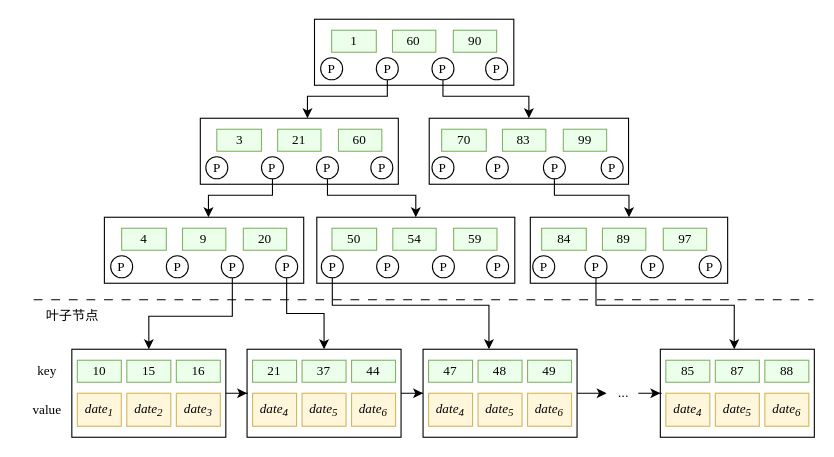
Above: page "第 26 页" (19 of 21) of 未命名绘图.drawio in jue73/7339 (draw.io), before the change. Source tidied: cells renumbered, new cells numbered last; positions are measured from the earlier drawing's top-left corner, leaving out a move shared by most shapes. Both pictures are drawn from the tidied source at 110%, with x=0, y=0 at pixel (19, 19).
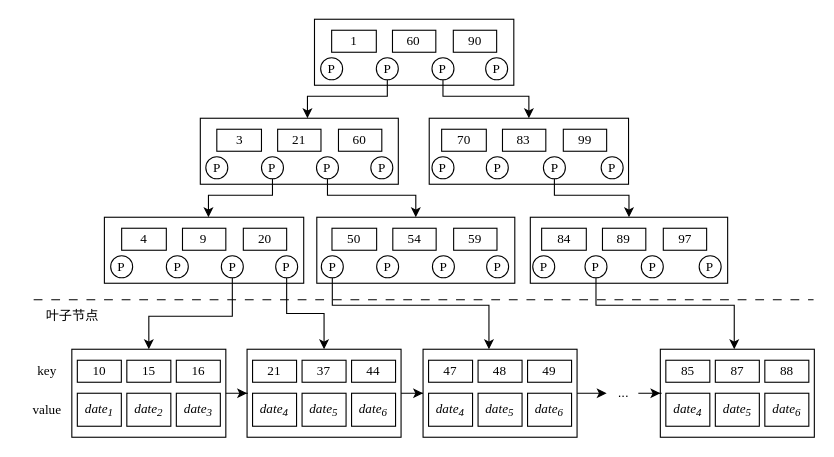
After the change.

Commit message (it also covers changes not shown here):
更新未命名绘图.drawio

The edit, as a diff of the source:
```diff
@@
-    <mxCell id="4" value="&lt;font face=&quot;Times New Roman&quot;&gt;3&lt;/font&gt;" style="rounded=0;whiteSpace=wrap;html=1;fillColor=#ecffeb;strokeColor=#82b366;" parent="1" vertex="1">
+    <mxCell id="4" value="&lt;font face=&quot;Times New Roman&quot;&gt;3&lt;/font&gt;" style="rounded=0;whiteSpace=wrap;html=1;" parent="1" vertex="1">
       <mxGeometry x="179.6" y="100" width="40.6" height="20" as="geometry" />
     </mxCell>
-    <mxCell id="5" value="&lt;font face=&quot;Times New Roman&quot;&gt;21&lt;/font&gt;" style="rounded=0;whiteSpace=wrap;html=1;fillColor=#ecffeb;strokeColor=#82b366;" parent="1" vertex="1">
+    <mxCell id="5" value="&lt;font face=&quot;Times New Roman&quot;&gt;21&lt;/font&gt;" style="rounded=0;whiteSpace=wrap;html=1;" parent="1" vertex="1">
       <mxGeometry x="234.9" y="100" width="39.4" height="20" as="geometry" />
     </mxCell>
-    <mxCell id="6" value="&lt;font face=&quot;Times New Roman&quot;&gt;60&lt;/font&gt;" style="rounded=0;whiteSpace=wrap;html=1;fillColor=#ecffeb;strokeColor=#82b366;" parent="1" vertex="1">
+    <mxCell id="6" value="&lt;font face=&quot;Times New Roman&quot;&gt;60&lt;/font&gt;" style="rounded=0;whiteSpace=wrap;html=1;" parent="1" vertex="1">
       <mxGeometry x="290.2" y="100" width="39.4" height="20" as="geometry" />
     </mxCell>
@@
-    <mxCell id="13" value="&lt;font face=&quot;Times New Roman&quot;&gt;70&lt;/font&gt;" style="rounded=0;whiteSpace=wrap;html=1;fillColor=#ecffeb;strokeColor=#82b366;" parent="1" vertex="1">
+    <mxCell id="13" value="&lt;font face=&quot;Times New Roman&quot;&gt;70&lt;/font&gt;" style="rounded=0;whiteSpace=wrap;html=1;" parent="1" vertex="1">
       <mxGeometry x="384" y="100" width="40.6" height="20" as="geometry" />
     </mxCell>
-    <mxCell id="14" value="&lt;font face=&quot;Times New Roman&quot;&gt;83&lt;/font&gt;" style="rounded=0;whiteSpace=wrap;html=1;fillColor=#ecffeb;strokeColor=#82b366;" parent="1" vertex="1">
+    <mxCell id="14" value="&lt;font face=&quot;Times New Roman&quot;&gt;83&lt;/font&gt;" style="rounded=0;whiteSpace=wrap;html=1;" parent="1" vertex="1">
       <mxGeometry x="439.3" y="100" width="39.4" height="20" as="geometry" />
     </mxCell>
-    <mxCell id="15" value="&lt;font face=&quot;Times New Roman&quot;&gt;99&lt;/font&gt;" style="rounded=0;whiteSpace=wrap;html=1;fillColor=#ecffeb;strokeColor=#82b366;" parent="1" vertex="1">
+    <mxCell id="15" value="&lt;font face=&quot;Times New Roman&quot;&gt;99&lt;/font&gt;" style="rounded=0;whiteSpace=wrap;html=1;" parent="1" vertex="1">
       <mxGeometry x="494.6" y="100" width="39.4" height="20" as="geometry" />
     </mxCell>
@@
-    <mxCell id="22" value="&lt;font face=&quot;Times New Roman&quot;&gt;4&lt;/font&gt;" style="rounded=0;whiteSpace=wrap;html=1;fillColor=#ecffeb;strokeColor=#82b366;" parent="1" vertex="1">
+    <mxCell id="22" value="&lt;font face=&quot;Times New Roman&quot;&gt;4&lt;/font&gt;" style="rounded=0;whiteSpace=wrap;html=1;" parent="1" vertex="1">
       <mxGeometry x="93.1" y="190" width="40.6" height="20" as="geometry" />
     </mxCell>
-    <mxCell id="23" value="&lt;font face=&quot;Times New Roman&quot;&gt;9&lt;/font&gt;" style="rounded=0;whiteSpace=wrap;html=1;fillColor=#ecffeb;strokeColor=#82b366;" parent="1" vertex="1">
+    <mxCell id="23" value="&lt;font face=&quot;Times New Roman&quot;&gt;9&lt;/font&gt;" style="rounded=0;whiteSpace=wrap;html=1;" parent="1" vertex="1">
       <mxGeometry x="148.4" y="190" width="39.4" height="20" as="geometry" />
     </mxCell>
-    <mxCell id="24" value="&lt;font face=&quot;Times New Roman&quot;&gt;20&lt;/font&gt;" style="rounded=0;whiteSpace=wrap;html=1;fillColor=#ecffeb;strokeColor=#82b366;" parent="1" vertex="1">
+    <mxCell id="24" value="&lt;font face=&quot;Times New Roman&quot;&gt;20&lt;/font&gt;" style="rounded=0;whiteSpace=wrap;html=1;" parent="1" vertex="1">
       <mxGeometry x="203.7" y="190" width="39.4" height="20" as="geometry" />
     </mxCell>
@@
-    <mxCell id="32" value="&lt;font face=&quot;Times New Roman&quot;&gt;50&lt;/font&gt;" style="rounded=0;whiteSpace=wrap;html=1;fillColor=#ecffeb;strokeColor=#82b366;" parent="1" vertex="1">
+    <mxCell id="32" value="&lt;font face=&quot;Times New Roman&quot;&gt;50&lt;/font&gt;" style="rounded=0;whiteSpace=wrap;html=1;" parent="1" vertex="1">
       <mxGeometry x="284.3" y="190" width="40.6" height="20" as="geometry" />
     </mxCell>
-    <mxCell id="33" value="&lt;font face=&quot;Times New Roman&quot;&gt;54&lt;/font&gt;" style="rounded=0;whiteSpace=wrap;html=1;fillColor=#ecffeb;strokeColor=#82b366;" parent="1" vertex="1">
+    <mxCell id="33" value="&lt;font face=&quot;Times New Roman&quot;&gt;54&lt;/font&gt;" style="rounded=0;whiteSpace=wrap;html=1;" parent="1" vertex="1">
       <mxGeometry x="339.6" y="190" width="39.4" height="20" as="geometry" />
     </mxCell>
-    <mxCell id="34" value="&lt;font face=&quot;Times New Roman&quot;&gt;59&lt;/font&gt;" style="rounded=0;whiteSpace=wrap;html=1;fillColor=#ecffeb;strokeColor=#82b366;" parent="1" vertex="1">
+    <mxCell id="34" value="&lt;font face=&quot;Times New Roman&quot;&gt;59&lt;/font&gt;" style="rounded=0;whiteSpace=wrap;html=1;" parent="1" vertex="1">
       <mxGeometry x="394.9" y="190" width="39.4" height="20" as="geometry" />
     </mxCell>
@@
-    <mxCell id="41" value="&lt;font face=&quot;Times New Roman&quot;&gt;84&lt;/font&gt;" style="rounded=0;whiteSpace=wrap;html=1;fillColor=#ecffeb;strokeColor=#82b366;" parent="1" vertex="1">
+    <mxCell id="41" value="&lt;font face=&quot;Times New Roman&quot;&gt;84&lt;/font&gt;" style="rounded=0;whiteSpace=wrap;html=1;" parent="1" vertex="1">
       <mxGeometry x="474.9" y="190" width="40.6" height="20" as="geometry" />
     </mxCell>
-    <mxCell id="42" value="&lt;font face=&quot;Times New Roman&quot;&gt;89&lt;/font&gt;" style="rounded=0;whiteSpace=wrap;html=1;fillColor=#ecffeb;strokeColor=#82b366;" parent="1" vertex="1">
+    <mxCell id="42" value="&lt;font face=&quot;Times New Roman&quot;&gt;89&lt;/font&gt;" style="rounded=0;whiteSpace=wrap;html=1;" parent="1" vertex="1">
       <mxGeometry x="530.2" y="190" width="39.4" height="20" as="geometry" />
     </mxCell>
-    <mxCell id="43" value="&lt;font face=&quot;Times New Roman&quot;&gt;97&lt;/font&gt;" style="rounded=0;whiteSpace=wrap;html=1;fillColor=#ecffeb;strokeColor=#82b366;" parent="1" vertex="1">
+    <mxCell id="43" value="&lt;font face=&quot;Times New Roman&quot;&gt;97&lt;/font&gt;" style="rounded=0;whiteSpace=wrap;html=1;" parent="1" vertex="1">
       <mxGeometry x="585.5" y="190" width="39.4" height="20" as="geometry" />
     </mxCell>
@@
-    <mxCell id="53" value="&lt;font face=&quot;Times New Roman&quot;&gt;10&lt;/font&gt;" style="rounded=0;whiteSpace=wrap;html=1;fillColor=#ecffeb;strokeColor=#82b366;" parent="1" vertex="1">
+    <mxCell id="53" value="&lt;font face=&quot;Times New Roman&quot;&gt;10&lt;/font&gt;" style="rounded=0;whiteSpace=wrap;html=1;" parent="1" vertex="1">
       <mxGeometry x="52.8" y="310" width="40" height="20" as="geometry" />
     </mxCell>
-    <mxCell id="54" value="&lt;font face=&quot;Times New Roman&quot;&gt;&lt;i&gt;date&lt;sub&gt;1&lt;/sub&gt;&lt;/i&gt;&lt;/font&gt;" style="rounded=0;whiteSpace=wrap;html=1;fillColor=#fff6db;strokeColor=#d6b656;" parent="1" vertex="1">
+    <mxCell id="54" value="&lt;font face=&quot;Times New Roman&quot;&gt;&lt;i&gt;date&lt;sub&gt;1&lt;/sub&gt;&lt;/i&gt;&lt;/font&gt;" style="rounded=0;whiteSpace=wrap;html=1;" parent="1" vertex="1">
       <mxGeometry x="52.8" y="340" width="40" height="30" as="geometry" />
     </mxCell>
-    <mxCell id="55" value="&lt;font face=&quot;Times New Roman&quot;&gt;15&lt;/font&gt;" style="rounded=0;whiteSpace=wrap;html=1;fillColor=#ecffeb;strokeColor=#82b366;" parent="1" vertex="1">
+    <mxCell id="55" value="&lt;font face=&quot;Times New Roman&quot;&gt;15&lt;/font&gt;" style="rounded=0;whiteSpace=wrap;html=1;" parent="1" vertex="1">
       <mxGeometry x="97.8" y="310" width="40" height="20" as="geometry" />
     </mxCell>
-    <mxCell id="56" value="&lt;font face=&quot;Times New Roman&quot;&gt;16&lt;/font&gt;" style="rounded=0;whiteSpace=wrap;html=1;fillColor=#ecffeb;strokeColor=#82b366;" parent="1" vertex="1">
+    <mxCell id="56" value="&lt;font face=&quot;Times New Roman&quot;&gt;16&lt;/font&gt;" style="rounded=0;whiteSpace=wrap;html=1;" parent="1" vertex="1">
       <mxGeometry x="142.8" y="310" width="40" height="20" as="geometry" />
     </mxCell>
-    <mxCell id="57" value="&lt;font face=&quot;Times New Roman&quot;&gt;21&lt;/font&gt;" style="rounded=0;whiteSpace=wrap;html=1;fillColor=#ecffeb;strokeColor=#82b366;" parent="1" vertex="1">
+    <mxCell id="57" value="&lt;font face=&quot;Times New Roman&quot;&gt;21&lt;/font&gt;" style="rounded=0;whiteSpace=wrap;html=1;" parent="1" vertex="1">
       <mxGeometry x="212.1" y="310" width="40" height="20" as="geometry" />
     </mxCell>
-    <mxCell id="58" value="&lt;font face=&quot;Times New Roman&quot;&gt;37&lt;/font&gt;" style="rounded=0;whiteSpace=wrap;html=1;fillColor=#ecffeb;strokeColor=#82b366;" parent="1" vertex="1">
+    <mxCell id="58" value="&lt;font face=&quot;Times New Roman&quot;&gt;37&lt;/font&gt;" style="rounded=0;whiteSpace=wrap;html=1;" parent="1" vertex="1">
       <mxGeometry x="257.1" y="310" width="40" height="20" as="geometry" />
     </mxCell>
-    <mxCell id="59" value="&lt;font face=&quot;Times New Roman&quot;&gt;44&lt;/font&gt;" style="rounded=0;whiteSpace=wrap;html=1;fillColor=#ecffeb;strokeColor=#82b366;" parent="1" vertex="1">
+    <mxCell id="59" value="&lt;font face=&quot;Times New Roman&quot;&gt;44&lt;/font&gt;" style="rounded=0;whiteSpace=wrap;html=1;" parent="1" vertex="1">
       <mxGeometry x="302.1" y="310" width="40" height="20" as="geometry" />
     </mxCell>
@@
-    <mxCell id="62" value="&lt;font face=&quot;Times New Roman&quot;&gt;&lt;i&gt;date&lt;sub&gt;2&lt;/sub&gt;&lt;/i&gt;&lt;/font&gt;" style="rounded=0;whiteSpace=wrap;html=1;fillColor=#fff6db;strokeColor=#d6b656;" parent="1" vertex="1">
+    <mxCell id="62" value="&lt;font face=&quot;Times New Roman&quot;&gt;&lt;i&gt;date&lt;sub&gt;2&lt;/sub&gt;&lt;/i&gt;&lt;/font&gt;" style="rounded=0;whiteSpace=wrap;html=1;" parent="1" vertex="1">
       <mxGeometry x="97.8" y="340" width="40" height="30" as="geometry" />
     </mxCell>
-    <mxCell id="63" value="&lt;font face=&quot;Times New Roman&quot;&gt;&lt;i&gt;date&lt;sub&gt;3&lt;/sub&gt;&lt;/i&gt;&lt;/font&gt;" style="rounded=0;whiteSpace=wrap;html=1;fillColor=#fff6db;strokeColor=#d6b656;" parent="1" vertex="1">
+    <mxCell id="63" value="&lt;font face=&quot;Times New Roman&quot;&gt;&lt;i&gt;date&lt;sub&gt;3&lt;/sub&gt;&lt;/i&gt;&lt;/font&gt;" style="rounded=0;whiteSpace=wrap;html=1;" parent="1" vertex="1">
       <mxGeometry x="142.8" y="340" width="40" height="30" as="geometry" />
     </mxCell>
-    <mxCell id="64" value="&lt;font face=&quot;Times New Roman&quot;&gt;&lt;i&gt;date&lt;sub&gt;4&lt;/sub&gt;&lt;/i&gt;&lt;/font&gt;" style="rounded=0;whiteSpace=wrap;html=1;fillColor=#fff6db;strokeColor=#d6b656;" parent="1" vertex="1">
+    <mxCell id="64" value="&lt;font face=&quot;Times New Roman&quot;&gt;&lt;i&gt;date&lt;sub&gt;4&lt;/sub&gt;&lt;/i&gt;&lt;/font&gt;" style="rounded=0;whiteSpace=wrap;html=1;" parent="1" vertex="1">
       <mxGeometry x="212.1" y="340" width="40" height="30" as="geometry" />
     </mxCell>
-    <mxCell id="65" value="&lt;i&gt;&lt;font face=&quot;Times New Roman&quot;&gt;date&lt;sub&gt;5&lt;/sub&gt;&lt;/font&gt;&lt;/i&gt;" style="rounded=0;whiteSpace=wrap;html=1;fillColor=#fff6db;strokeColor=#d6b656;" parent="1" vertex="1">
+    <mxCell id="65" value="&lt;i&gt;&lt;font face=&quot;Times New Roman&quot;&gt;date&lt;sub&gt;5&lt;/sub&gt;&lt;/font&gt;&lt;/i&gt;" style="rounded=0;whiteSpace=wrap;html=1;" parent="1" vertex="1">
       <mxGeometry x="257.1" y="340" width="40" height="30" as="geometry" />
     </mxCell>
-    <mxCell id="66" value="&lt;font face=&quot;Times New Roman&quot;&gt;&lt;i&gt;date&lt;sub&gt;6&lt;/sub&gt;&lt;/i&gt;&lt;/font&gt;" style="rounded=0;whiteSpace=wrap;html=1;fillColor=#fff6db;strokeColor=#d6b656;" parent="1" vertex="1">
+    <mxCell id="66" value="&lt;font face=&quot;Times New Roman&quot;&gt;&lt;i&gt;date&lt;sub&gt;6&lt;/sub&gt;&lt;/i&gt;&lt;/font&gt;" style="rounded=0;whiteSpace=wrap;html=1;" parent="1" vertex="1">
       <mxGeometry x="302.1" y="340" width="40" height="30" as="geometry" />
     </mxCell>
@@
-    <mxCell id="69" value="&lt;font face=&quot;Times New Roman&quot;&gt;47&lt;/font&gt;" style="rounded=0;whiteSpace=wrap;html=1;fillColor=#ecffeb;strokeColor=#82b366;" parent="1" vertex="1">
+    <mxCell id="69" value="&lt;font face=&quot;Times New Roman&quot;&gt;47&lt;/font&gt;" style="rounded=0;whiteSpace=wrap;html=1;" parent="1" vertex="1">
       <mxGeometry x="372.1" y="310" width="40" height="20" as="geometry" />
     </mxCell>
-    <mxCell id="70" value="&lt;font face=&quot;Times New Roman&quot;&gt;48&lt;/font&gt;" style="rounded=0;whiteSpace=wrap;html=1;fillColor=#ecffeb;strokeColor=#82b366;" parent="1" vertex="1">
+    <mxCell id="70" value="&lt;font face=&quot;Times New Roman&quot;&gt;48&lt;/font&gt;" style="rounded=0;whiteSpace=wrap;html=1;" parent="1" vertex="1">
       <mxGeometry x="417.1" y="310" width="40" height="20" as="geometry" />
     </mxCell>
-    <mxCell id="71" value="&lt;font face=&quot;Times New Roman&quot;&gt;49&lt;/font&gt;" style="rounded=0;whiteSpace=wrap;html=1;fillColor=#ecffeb;strokeColor=#82b366;" parent="1" vertex="1">
+    <mxCell id="71" value="&lt;font face=&quot;Times New Roman&quot;&gt;49&lt;/font&gt;" style="rounded=0;whiteSpace=wrap;html=1;" parent="1" vertex="1">
       <mxGeometry x="462.1" y="310" width="40" height="20" as="geometry" />
     </mxCell>
-    <mxCell id="72" value="&lt;font face=&quot;Times New Roman&quot;&gt;&lt;i&gt;date&lt;sub&gt;4&lt;/sub&gt;&lt;/i&gt;&lt;/font&gt;" style="rounded=0;whiteSpace=wrap;html=1;fillColor=#fff6db;strokeColor=#d6b656;" parent="1" vertex="1">
+    <mxCell id="72" value="&lt;font face=&quot;Times New Roman&quot;&gt;&lt;i&gt;date&lt;sub&gt;4&lt;/sub&gt;&lt;/i&gt;&lt;/font&gt;" style="rounded=0;whiteSpace=wrap;html=1;" parent="1" vertex="1">
       <mxGeometry x="372.1" y="340" width="40" height="30" as="geometry" />
     </mxCell>
-    <mxCell id="73" value="&lt;font face=&quot;Times New Roman&quot;&gt;&lt;i&gt;date&lt;sub&gt;5&lt;/sub&gt;&lt;/i&gt;&lt;/font&gt;" style="rounded=0;whiteSpace=wrap;html=1;fillColor=#fff6db;strokeColor=#d6b656;" parent="1" vertex="1">
+    <mxCell id="73" value="&lt;font face=&quot;Times New Roman&quot;&gt;&lt;i&gt;date&lt;sub&gt;5&lt;/sub&gt;&lt;/i&gt;&lt;/font&gt;" style="rounded=0;whiteSpace=wrap;html=1;" parent="1" vertex="1">
       <mxGeometry x="417.1" y="340" width="40" height="30" as="geometry" />
     </mxCell>
-    <mxCell id="74" value="&lt;font face=&quot;Times New Roman&quot;&gt;&lt;i&gt;date&lt;sub&gt;6&lt;/sub&gt;&lt;/i&gt;&lt;/font&gt;" style="rounded=0;whiteSpace=wrap;html=1;fillColor=#fff6db;strokeColor=#d6b656;" parent="1" vertex="1">
+    <mxCell id="74" value="&lt;font face=&quot;Times New Roman&quot;&gt;&lt;i&gt;date&lt;sub&gt;6&lt;/sub&gt;&lt;/i&gt;&lt;/font&gt;" style="rounded=0;whiteSpace=wrap;html=1;" parent="1" vertex="1">
       <mxGeometry x="462.1" y="340" width="40" height="30" as="geometry" />
     </mxCell>
@@
-    <mxCell id="76" value="&lt;font face=&quot;Times New Roman&quot;&gt;85&lt;/font&gt;" style="rounded=0;whiteSpace=wrap;html=1;fillColor=#ecffeb;strokeColor=#82b366;" parent="1" vertex="1">
+    <mxCell id="76" value="&lt;font face=&quot;Times New Roman&quot;&gt;85&lt;/font&gt;" style="rounded=0;whiteSpace=wrap;html=1;" parent="1" vertex="1">
       <mxGeometry x="587.8" y="310" width="40" height="20" as="geometry" />
     </mxCell>
-    <mxCell id="77" value="&lt;font face=&quot;Times New Roman&quot;&gt;87&lt;/font&gt;" style="rounded=0;whiteSpace=wrap;html=1;fillColor=#ecffeb;strokeColor=#82b366;" parent="1" vertex="1">
+    <mxCell id="77" value="&lt;font face=&quot;Times New Roman&quot;&gt;87&lt;/font&gt;" style="rounded=0;whiteSpace=wrap;html=1;" parent="1" vertex="1">
       <mxGeometry x="632.8" y="310" width="40" height="20" as="geometry" />
     </mxCell>
-    <mxCell id="78" value="&lt;font face=&quot;Times New Roman&quot;&gt;88&lt;/font&gt;" style="rounded=0;whiteSpace=wrap;html=1;fillColor=#ecffeb;strokeColor=#82b366;" parent="1" vertex="1">
+    <mxCell id="78" value="&lt;font face=&quot;Times New Roman&quot;&gt;88&lt;/font&gt;" style="rounded=0;whiteSpace=wrap;html=1;" parent="1" vertex="1">
       <mxGeometry x="677.8" y="310" width="40" height="20" as="geometry" />
     </mxCell>
-    <mxCell id="79" value="&lt;font face=&quot;Times New Roman&quot;&gt;&lt;i&gt;date&lt;sub&gt;4&lt;/sub&gt;&lt;/i&gt;&lt;/font&gt;" style="rounded=0;whiteSpace=wrap;html=1;fillColor=#fff6db;strokeColor=#d6b656;" parent="1" vertex="1">
+    <mxCell id="79" value="&lt;font face=&quot;Times New Roman&quot;&gt;&lt;i&gt;date&lt;sub&gt;4&lt;/sub&gt;&lt;/i&gt;&lt;/font&gt;" style="rounded=0;whiteSpace=wrap;html=1;" parent="1" vertex="1">
       <mxGeometry x="587.8" y="340" width="40" height="30" as="geometry" />
     </mxCell>
-    <mxCell id="80" value="&lt;font face=&quot;Times New Roman&quot;&gt;&lt;i&gt;date&lt;sub&gt;5&lt;/sub&gt;&lt;/i&gt;&lt;/font&gt;" style="rounded=0;whiteSpace=wrap;html=1;fillColor=#fff6db;strokeColor=#d6b656;" parent="1" vertex="1">
+    <mxCell id="80" value="&lt;font face=&quot;Times New Roman&quot;&gt;&lt;i&gt;date&lt;sub&gt;5&lt;/sub&gt;&lt;/i&gt;&lt;/font&gt;" style="rounded=0;whiteSpace=wrap;html=1;" parent="1" vertex="1">
       <mxGeometry x="632.8" y="340" width="40" height="30" as="geometry" />
     </mxCell>
-    <mxCell id="81" value="&lt;font face=&quot;Times New Roman&quot;&gt;&lt;i&gt;date&lt;sub&gt;6&lt;/sub&gt;&lt;/i&gt;&lt;/font&gt;" style="rounded=0;whiteSpace=wrap;html=1;fillColor=#fff6db;strokeColor=#d6b656;" parent="1" vertex="1">
+    <mxCell id="81" value="&lt;font face=&quot;Times New Roman&quot;&gt;&lt;i&gt;date&lt;sub&gt;6&lt;/sub&gt;&lt;/i&gt;&lt;/font&gt;" style="rounded=0;whiteSpace=wrap;html=1;" parent="1" vertex="1">
       <mxGeometry x="677.8" y="340" width="40" height="30" as="geometry" />
     </mxCell>
@@
-    <mxCell id="86" value="&lt;font face=&quot;Times New Roman&quot;&gt;1&lt;/font&gt;" style="rounded=0;whiteSpace=wrap;html=1;fillColor=#ecffeb;strokeColor=#82b366;" parent="1" vertex="1">
+    <mxCell id="86" value="&lt;font face=&quot;Times New Roman&quot;&gt;1&lt;/font&gt;" style="rounded=0;whiteSpace=wrap;html=1;fillColor=none;" parent="1" vertex="1">
       <mxGeometry x="284" y="10" width="40.6" height="20" as="geometry" />
     </mxCell>
-    <mxCell id="87" value="&lt;font face=&quot;Times New Roman&quot;&gt;60&lt;/font&gt;" style="rounded=0;whiteSpace=wrap;html=1;fillColor=#ecffeb;strokeColor=#82b366;" parent="1" vertex="1">
+    <mxCell id="87" value="&lt;font face=&quot;Times New Roman&quot;&gt;60&lt;/font&gt;" style="rounded=0;whiteSpace=wrap;html=1;" parent="1" vertex="1">
       <mxGeometry x="339.3" y="10" width="39.4" height="20" as="geometry" />
     </mxCell>
-    <mxCell id="88" value="&lt;font face=&quot;Times New Roman&quot;&gt;90&lt;/font&gt;" style="rounded=0;whiteSpace=wrap;html=1;fillColor=#ecffeb;strokeColor=#82b366;" parent="1" vertex="1">
+    <mxCell id="88" value="&lt;font face=&quot;Times New Roman&quot;&gt;90&lt;/font&gt;" style="rounded=0;whiteSpace=wrap;html=1;fillColor=default;strokeColor=default;" parent="1" vertex="1">
       <mxGeometry x="394.6" y="10" width="39.4" height="20" as="geometry" />
     </mxCell>
```
